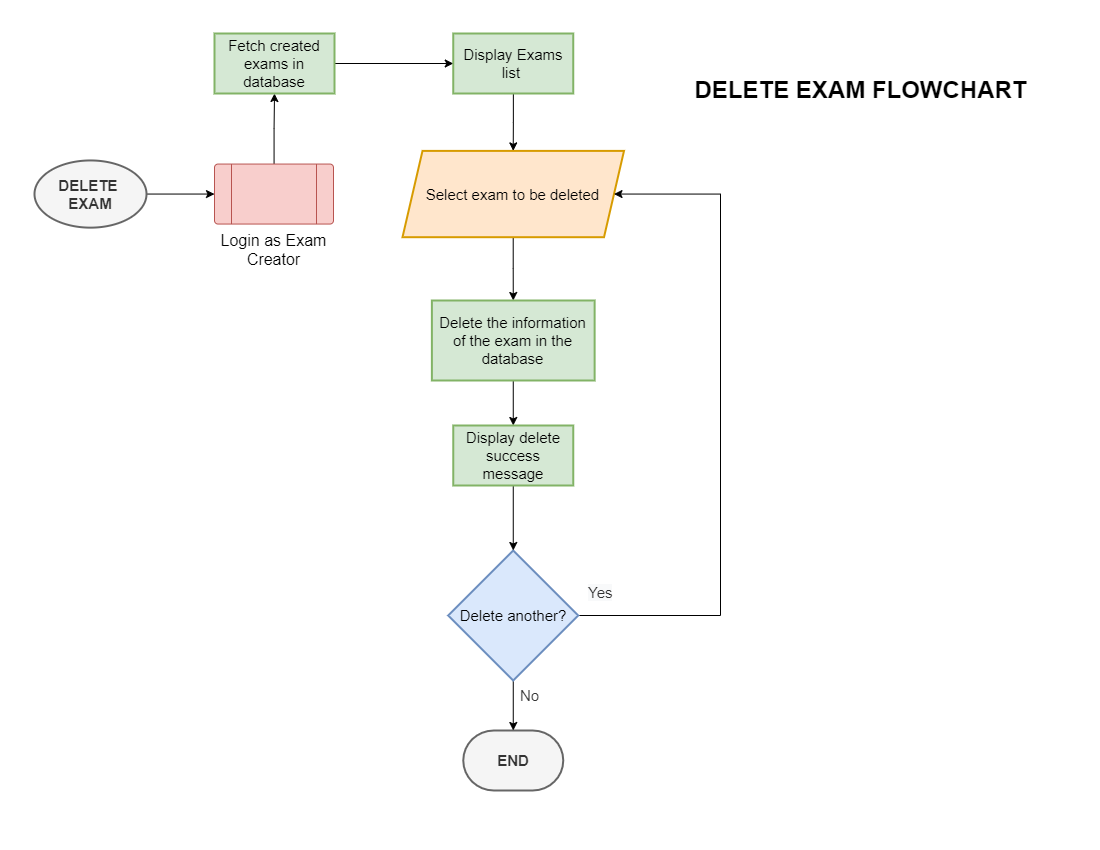
Earlier version of the draw.io export Gallardo/OnlineExam/online exam flowcharts/exam creator/Online exam flowchart-DELETE EXAM.drawio.png (walteribloguintoledo/PUP2022). Source tidied: cells renumbered, new cells last; positions are measured from the earlier drawing's top-left corner, leaving out a move shared by most shapes. The source it was exported from:
```xml
<mxGraphModel>
  <root>
    <mxCell id="0" />
    <mxCell id="1" parent="0" />
    <mxCell id="2" style="edgeStyle=orthogonalEdgeStyle;rounded=0;jettySize=auto;html=1;fontSize=16;" parent="1" edge="1" source="3" target="6">
      <mxGeometry relative="1" as="geometry" />
    </mxCell>
    <mxCell id="3" value="&lt;b&gt;DELETE &lt;br&gt;EXAM&lt;/b&gt;" style="strokeWidth=2;html=1;shape=mxgraph.flowchart.start_1;whiteSpace=wrap;fontSize=15;fillColor=#f5f5f5;fontColor=#333333;strokeColor=#666666;" parent="1" vertex="1">
      <mxGeometry y="127" width="112" height="67.2" as="geometry" />
    </mxCell>
    <mxCell id="4" value="DELETE EXAM FLOWCHART" style="text;strokeColor=none;fillColor=none;html=1;fontSize=24;fontStyle=1;verticalAlign=middle;align=center;" parent="1" vertex="1">
      <mxGeometry x="776" y="37" width="100" height="40" as="geometry" />
    </mxCell>
    <mxCell id="5" style="edgeStyle=orthogonalEdgeStyle;rounded=0;jettySize=auto;html=1;fontSize=16;" parent="1" edge="1" source="6" target="10">
      <mxGeometry relative="1" as="geometry" />
    </mxCell>
    <mxCell id="6" value="&lt;font style=&quot;font-size: 16px;&quot;&gt;Login as Exam Creator&lt;/font&gt;" style="verticalLabelPosition=bottom;verticalAlign=top;html=1;shape=process;whiteSpace=wrap;rounded=1;size=0.14;arcSize=6;fontSize=14;fillColor=#f8cecc;strokeColor=#b85450;" parent="1" vertex="1">
      <mxGeometry x="180" y="130.6" width="119" height="60" as="geometry" />
    </mxCell>
    <mxCell id="7" style="edgeStyle=orthogonalEdgeStyle;rounded=0;jettySize=auto;html=1;fontSize=16;" parent="1" edge="1" source="8" target="12">
      <mxGeometry relative="1" as="geometry" />
    </mxCell>
    <mxCell id="8" value="Display Exams list&amp;nbsp;" style="whiteSpace=wrap;html=1;fontSize=15;fillColor=#d5e8d4;strokeColor=#82b366;strokeWidth=2;" parent="1" vertex="1">
      <mxGeometry x="418.8" width="120" height="60" as="geometry" />
    </mxCell>
    <mxCell id="9" style="edgeStyle=orthogonalEdgeStyle;rounded=0;jettySize=auto;html=1;fontSize=16;" parent="1" edge="1" source="10" target="8">
      <mxGeometry relative="1" as="geometry" />
    </mxCell>
    <mxCell id="10" value="Fetch created exams in database" style="whiteSpace=wrap;html=1;fontSize=15;fillColor=#d5e8d4;strokeColor=#82b366;strokeWidth=2;" parent="1" vertex="1">
      <mxGeometry x="180" width="120" height="60" as="geometry" />
    </mxCell>
    <mxCell id="11" style="edgeStyle=orthogonalEdgeStyle;rounded=0;jettySize=auto;html=1;fontSize=16;entryX=0.5;entryY=0;entryDx=0;entryDy=0;" parent="1" edge="1" source="12" target="14">
      <mxGeometry relative="1" as="geometry" />
    </mxCell>
    <mxCell id="12" value="Select exam to be deleted" style="shape=parallelogram;perimeter=parallelogramPerimeter;whiteSpace=wrap;html=1;fixedSize=1;fontSize=15;fillColor=#ffe6cc;strokeColor=#d79b00;strokeWidth=2;" parent="1" vertex="1">
      <mxGeometry x="368" y="117.4" width="221.5" height="86.3" as="geometry" />
    </mxCell>
    <mxCell id="13" style="edgeStyle=orthogonalEdgeStyle;rounded=0;jettySize=auto;html=1;" parent="1" edge="1" source="14" target="20">
      <mxGeometry relative="1" as="geometry" />
    </mxCell>
    <mxCell id="14" value="Delete the information of the exam in the database" style="whiteSpace=wrap;html=1;fontSize=15;fillColor=#d5e8d4;strokeColor=#82b366;strokeWidth=2;" parent="1" vertex="1">
      <mxGeometry x="397.4" y="267" width="162.8" height="80" as="geometry" />
    </mxCell>
    <mxCell id="15" value="&lt;b&gt;END&lt;/b&gt;" style="strokeWidth=2;html=1;shape=mxgraph.flowchart.terminator;whiteSpace=wrap;fontSize=15;fillColor=#f5f5f5;fontColor=#333333;strokeColor=#666666;" parent="1" vertex="1">
      <mxGeometry x="428.8" y="697" width="100" height="60" as="geometry" />
    </mxCell>
    <mxCell id="16" style="edgeStyle=orthogonalEdgeStyle;rounded=0;jettySize=auto;html=1;exitX=1;exitY=0.5;exitDx=0;exitDy=0;entryX=1;entryY=0.5;entryDx=0;entryDy=0;" parent="1" edge="1" source="18" target="12">
      <mxGeometry relative="1" as="geometry">
        <Array as="points">
          <mxPoint x="686" y="582" />
          <mxPoint x="686" y="161" />
        </Array>
      </mxGeometry>
    </mxCell>
    <mxCell id="17" style="edgeStyle=orthogonalEdgeStyle;rounded=0;jettySize=auto;html=1;" parent="1" edge="1" source="18" target="15">
      <mxGeometry relative="1" as="geometry" />
    </mxCell>
    <mxCell id="18" value="Delete another?" style="rhombus;whiteSpace=wrap;html=1;fontSize=15;fillColor=#dae8fc;strokeColor=#6c8ebf;strokeWidth=2;" parent="1" vertex="1">
      <mxGeometry x="413.8" y="517" width="130" height="130" as="geometry" />
    </mxCell>
    <mxCell id="19" style="edgeStyle=orthogonalEdgeStyle;rounded=0;jettySize=auto;html=1;" parent="1" edge="1" source="20" target="18">
      <mxGeometry relative="1" as="geometry" />
    </mxCell>
    <mxCell id="20" value="Display delete success message" style="whiteSpace=wrap;html=1;fontSize=15;fillColor=#d5e8d4;strokeColor=#82b366;strokeWidth=2;" parent="1" vertex="1">
      <mxGeometry x="418.8" y="392" width="120" height="60" as="geometry" />
    </mxCell>
    <mxCell id="21" value="&lt;span style=&quot;color: rgb(51, 51, 51); font-family: Helvetica; font-size: 15px; font-style: normal; font-variant-ligatures: normal; font-variant-caps: normal; font-weight: 400; letter-spacing: normal; orphans: 2; text-align: center; text-indent: 0px; text-transform: none; widows: 2; word-spacing: 0px; -webkit-text-stroke-width: 0px; background-color: rgb(248, 249, 250); text-decoration-thickness: initial; text-decoration-style: initial; text-decoration-color: initial; float: none; display: inline !important;&quot;&gt;Yes&lt;/span&gt;" style="text;whiteSpace=wrap;html=1;fontSize=15;" parent="1" vertex="1">
      <mxGeometry x="551.8" y="544" width="32" height="32" as="geometry" />
    </mxCell>
    <mxCell id="22" value="&lt;div style=&quot;text-align: center;&quot;&gt;&lt;span style=&quot;background-color: initial;&quot;&gt;&lt;font color=&quot;#333333&quot;&gt;No&lt;/font&gt;&lt;/span&gt;&lt;/div&gt;" style="text;whiteSpace=wrap;html=1;fontSize=15;" parent="1" vertex="1">
      <mxGeometry x="484" y="647" width="32" height="32" as="geometry" />
    </mxCell>
  </root>
</mxGraphModel>
```
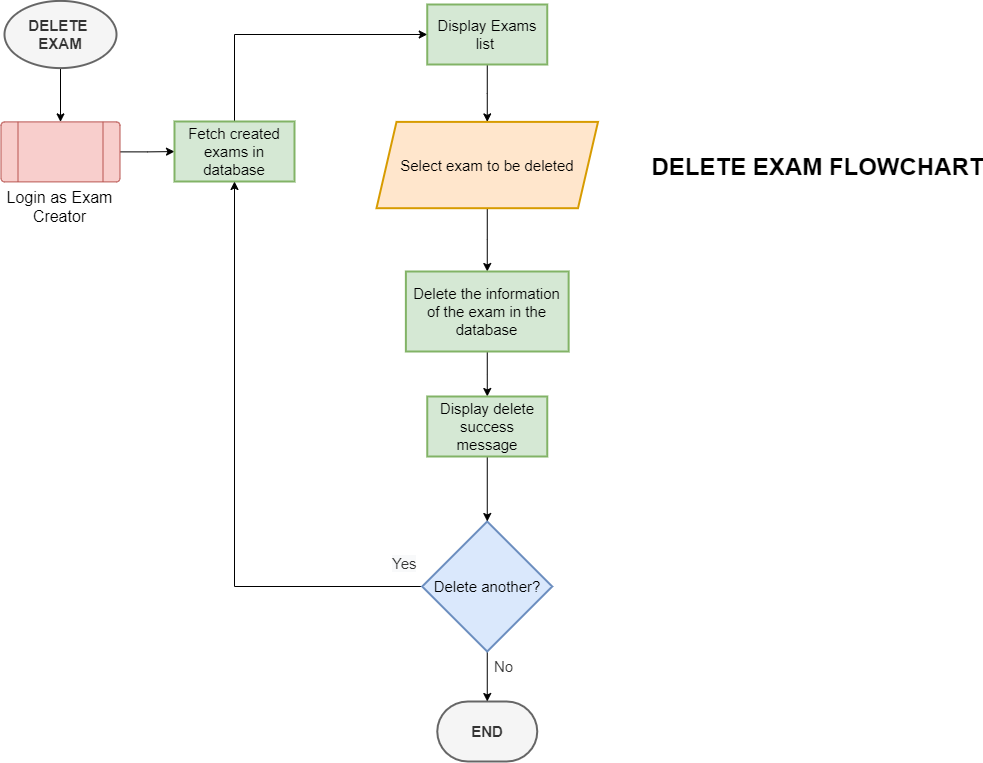
After the change.

Change to the diagram source:
```diff
@@ -2,20 +2,20 @@
   <root>
     <mxCell id="0" />
     <mxCell id="1" parent="0" />
-    <mxCell id="2" style="edgeStyle=orthogonalEdgeStyle;rounded=0;jettySize=auto;html=1;fontSize=16;" parent="1" edge="1" source="3" target="6">
+    <mxCell id="2" style="edgeStyle=orthogonalEdgeStyle;rounded=0;jettySize=auto;html=1;" parent="1" edge="1" source="3" target="6">
       <mxGeometry relative="1" as="geometry" />
     </mxCell>
     <mxCell id="3" value="&lt;b&gt;DELETE &lt;br&gt;EXAM&lt;/b&gt;" style="strokeWidth=2;html=1;shape=mxgraph.flowchart.start_1;whiteSpace=wrap;fontSize=15;fillColor=#f5f5f5;fontColor=#333333;strokeColor=#666666;" parent="1" vertex="1">
-      <mxGeometry y="127" width="112" height="67.2" as="geometry" />
+      <mxGeometry x="-4" y="-3.6" width="112" height="67.2" as="geometry" />
     </mxCell>
     <mxCell id="4" value="DELETE EXAM FLOWCHART" style="text;strokeColor=none;fillColor=none;html=1;fontSize=24;fontStyle=1;verticalAlign=middle;align=center;" parent="1" vertex="1">
-      <mxGeometry x="776" y="37" width="100" height="40" as="geometry" />
+      <mxGeometry x="759" y="143" width="100" height="40" as="geometry" />
     </mxCell>
-    <mxCell id="5" style="edgeStyle=orthogonalEdgeStyle;rounded=0;jettySize=auto;html=1;fontSize=16;" parent="1" edge="1" source="6" target="10">
+    <mxCell id="5" style="edgeStyle=orthogonalEdgeStyle;rounded=0;jettySize=auto;html=1;" parent="1" edge="1" source="6" target="10">
       <mxGeometry relative="1" as="geometry" />
     </mxCell>
     <mxCell id="6" value="&lt;font style=&quot;font-size: 16px;&quot;&gt;Login as Exam Creator&lt;/font&gt;" style="verticalLabelPosition=bottom;verticalAlign=top;html=1;shape=process;whiteSpace=wrap;rounded=1;size=0.14;arcSize=6;fontSize=14;fillColor=#f8cecc;strokeColor=#b85450;" parent="1" vertex="1">
-      <mxGeometry x="180" y="130.6" width="119" height="60" as="geometry" />
+      <mxGeometry x="-7.5" y="117.4" width="119" height="60" as="geometry" />
     </mxCell>
     <mxCell id="7" style="edgeStyle=orthogonalEdgeStyle;rounded=0;jettySize=auto;html=1;fontSize=16;" parent="1" edge="1" source="8" target="12">
       <mxGeometry relative="1" as="geometry" />
@@ -23,11 +23,11 @@
     <mxCell id="8" value="Display Exams list&amp;nbsp;" style="whiteSpace=wrap;html=1;fontSize=15;fillColor=#d5e8d4;strokeColor=#82b366;strokeWidth=2;" parent="1" vertex="1">
       <mxGeometry x="418.8" width="120" height="60" as="geometry" />
     </mxCell>
-    <mxCell id="9" style="edgeStyle=orthogonalEdgeStyle;rounded=0;jettySize=auto;html=1;fontSize=16;" parent="1" edge="1" source="10" target="8">
+    <mxCell id="9" style="edgeStyle=orthogonalEdgeStyle;rounded=0;jettySize=auto;html=1;entryX=0;entryY=0.5;entryDx=0;entryDy=0;exitX=0.5;exitY=0;exitDx=0;exitDy=0;" parent="1" edge="1" source="10" target="8">
       <mxGeometry relative="1" as="geometry" />
     </mxCell>
     <mxCell id="10" value="Fetch created exams in database" style="whiteSpace=wrap;html=1;fontSize=15;fillColor=#d5e8d4;strokeColor=#82b366;strokeWidth=2;" parent="1" vertex="1">
-      <mxGeometry x="180" width="120" height="60" as="geometry" />
+      <mxGeometry x="166" y="117" width="120" height="60" as="geometry" />
     </mxCell>
     <mxCell id="11" style="edgeStyle=orthogonalEdgeStyle;rounded=0;jettySize=auto;html=1;fontSize=16;entryX=0.5;entryY=0;entryDx=0;entryDy=0;" parent="1" edge="1" source="12" target="14">
       <mxGeometry relative="1" as="geometry" />
@@ -44,17 +44,12 @@
     <mxCell id="15" value="&lt;b&gt;END&lt;/b&gt;" style="strokeWidth=2;html=1;shape=mxgraph.flowchart.terminator;whiteSpace=wrap;fontSize=15;fillColor=#f5f5f5;fontColor=#333333;strokeColor=#666666;" parent="1" vertex="1">
       <mxGeometry x="428.8" y="697" width="100" height="60" as="geometry" />
     </mxCell>
-    <mxCell id="16" style="edgeStyle=orthogonalEdgeStyle;rounded=0;jettySize=auto;html=1;exitX=1;exitY=0.5;exitDx=0;exitDy=0;entryX=1;entryY=0.5;entryDx=0;entryDy=0;" parent="1" edge="1" source="18" target="12">
-      <mxGeometry relative="1" as="geometry">
-        <Array as="points">
-          <mxPoint x="686" y="582" />
-          <mxPoint x="686" y="161" />
-        </Array>
-      </mxGeometry>
-    </mxCell>
     <mxCell id="17" style="edgeStyle=orthogonalEdgeStyle;rounded=0;jettySize=auto;html=1;" parent="1" edge="1" source="18" target="15">
       <mxGeometry relative="1" as="geometry" />
     </mxCell>
+    <mxCell id="23" style="edgeStyle=orthogonalEdgeStyle;rounded=0;jettySize=auto;html=1;exitX=0;exitY=0.5;exitDx=0;exitDy=0;entryX=0.5;entryY=1;entryDx=0;entryDy=0;" parent="1" edge="1" source="18" target="10">
+      <mxGeometry relative="1" as="geometry" />
+    </mxCell>
     <mxCell id="18" value="Delete another?" style="rhombus;whiteSpace=wrap;html=1;fontSize=15;fillColor=#dae8fc;strokeColor=#6c8ebf;strokeWidth=2;" parent="1" vertex="1">
       <mxGeometry x="413.8" y="517" width="130" height="130" as="geometry" />
     </mxCell>
@@ -65,7 +60,7 @@
       <mxGeometry x="418.8" y="392" width="120" height="60" as="geometry" />
     </mxCell>
     <mxCell id="21" value="&lt;span style=&quot;color: rgb(51, 51, 51); font-family: Helvetica; font-size: 15px; font-style: normal; font-variant-ligatures: normal; font-variant-caps: normal; font-weight: 400; letter-spacing: normal; orphans: 2; text-align: center; text-indent: 0px; text-transform: none; widows: 2; word-spacing: 0px; -webkit-text-stroke-width: 0px; background-color: rgb(248, 249, 250); text-decoration-thickness: initial; text-decoration-style: initial; text-decoration-color: initial; float: none; display: inline !important;&quot;&gt;Yes&lt;/span&gt;" style="text;whiteSpace=wrap;html=1;fontSize=15;" parent="1" vertex="1">
-      <mxGeometry x="551.8" y="544" width="32" height="32" as="geometry" />
+      <mxGeometry x="381.8" y="544" width="32" height="32" as="geometry" />
     </mxCell>
     <mxCell id="22" value="&lt;div style=&quot;text-align: center;&quot;&gt;&lt;span style=&quot;background-color: initial;&quot;&gt;&lt;font color=&quot;#333333&quot;&gt;No&lt;/font&gt;&lt;/span&gt;&lt;/div&gt;" style="text;whiteSpace=wrap;html=1;fontSize=15;" parent="1" vertex="1">
       <mxGeometry x="484" y="647" width="32" height="32" as="geometry" />
```
